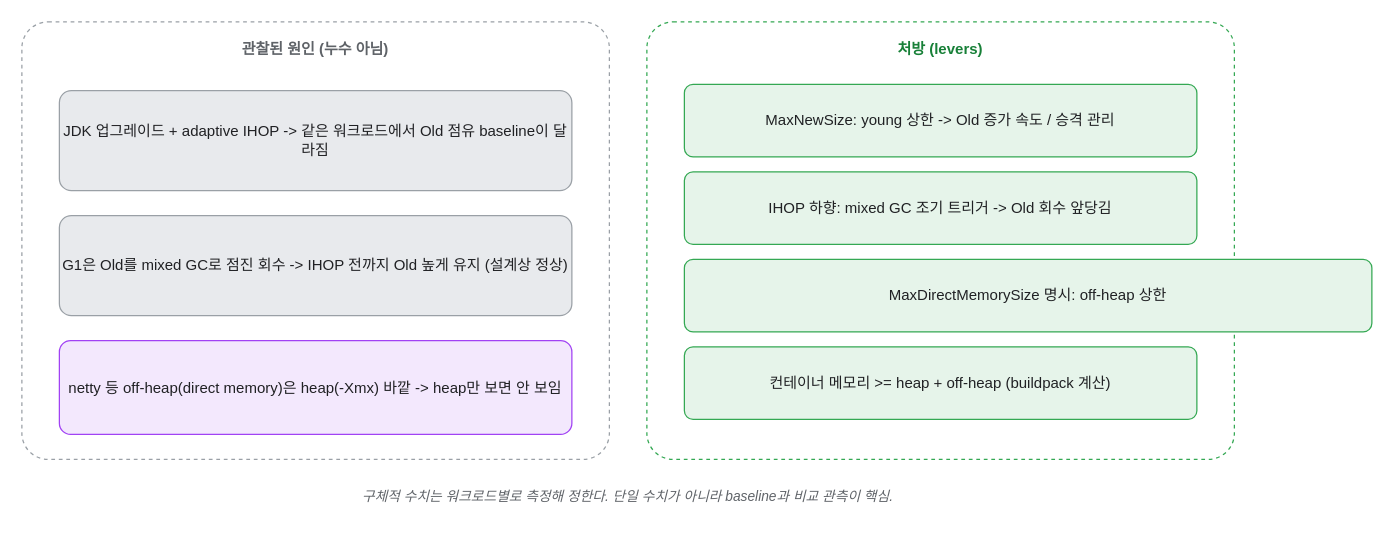
Above: assets/img/jvm/jvm-12-capstone-levers.drawio in KKamJi98/kkamji98.github.io (draw.io), before the change. Source tidied: cells renumbered, new cells numbered last; positions are measured from the earlier drawing's top-left corner, leaving out a move shared by most shapes. Both pictures are drawn from the tidied source at 125%, with x=0, y=0 at pixel (21, 21).
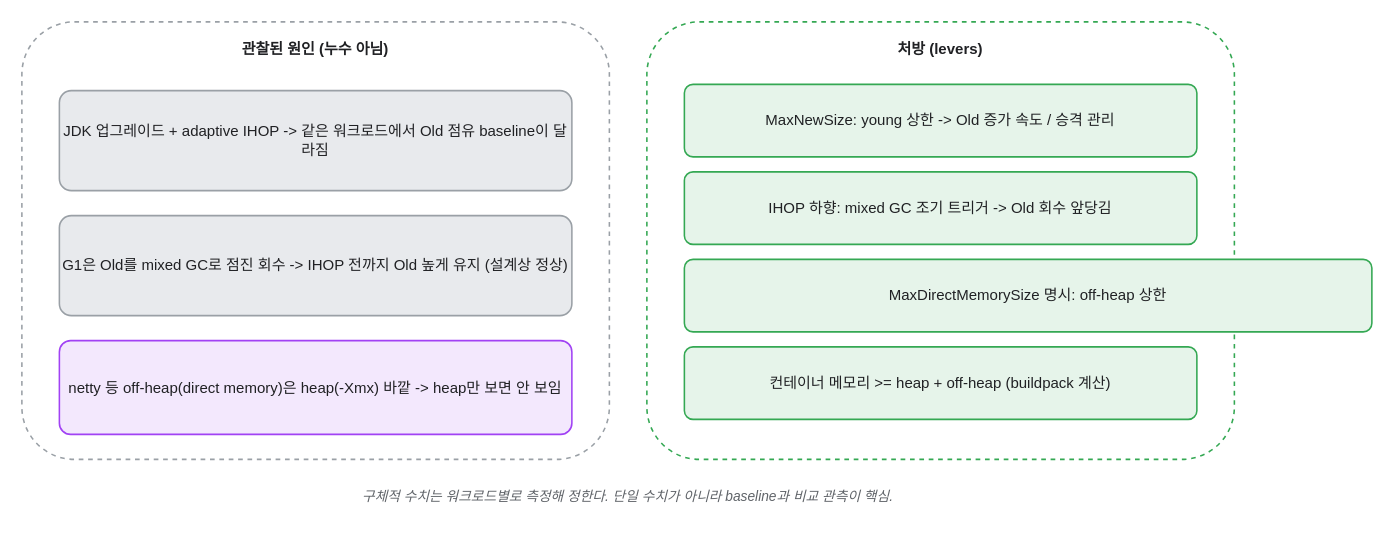
Above is the later version.

Diff of the diagram source:
```diff
@@
 <mxGraphModel background="#FFFFFF">
   <root>
     <mxCell id="0" />
     <mxCell id="1" parent="0" />
-    <mxCell id="2" value="관찰된 원인 (누수 아님)" style="rounded=1;whiteSpace=wrap;html=0;arcSize=6;shadow=0;fillColor=#FFFFFF;strokeColor=#9AA0A6;fontColor=#5F6368;fontStyle=1;verticalAlign=top;align=center;dashed=1;spacingTop=8;" parent="1" vertex="1">
+    <mxCell id="2" value="관찰된 원인 (누수 아님)" style="rounded=1;whiteSpace=wrap;html=0;arcSize=12;shadow=0;fillColor=#FFFFFF;strokeColor=#9AA0A6;fontColor=#202124;fontStyle=1;verticalAlign=top;align=center;dashed=1;spacingTop=8;strokeWidth=1.25;" parent="1" vertex="1">
       <mxGeometry width="470" height="350" as="geometry" />
     </mxCell>
-    <mxCell id="3" value="JDK 업그레이드 + adaptive IHOP -&gt; 같은 워크로드에서 Old 점유 baseline이 달라짐" style="rounded=1;whiteSpace=wrap;html=0;arcSize=12;shadow=0;fillColor=#E8EAED;strokeColor=#9AA0A6;fontColor=#202124;" parent="1" vertex="1">
+    <mxCell id="3" value="JDK 업그레이드 + adaptive IHOP -&gt; 같은 워크로드에서 Old 점유 baseline이 달라짐" style="rounded=1;whiteSpace=wrap;html=0;arcSize=12;shadow=0;fillColor=#E8EAED;strokeColor=#9AA0A6;fontColor=#202124;strokeWidth=1.25;" parent="1" vertex="1">
       <mxGeometry x="30" y="55" width="410" height="80" as="geometry" />
     </mxCell>
-    <mxCell id="4" value="G1은 Old를 mixed GC로 점진 회수 -&gt; IHOP 전까지 Old 높게 유지 (설계상 정상)" style="rounded=1;whiteSpace=wrap;html=0;arcSize=12;shadow=0;fillColor=#E8EAED;strokeColor=#9AA0A6;fontColor=#202124;" parent="1" vertex="1">
+    <mxCell id="4" value="G1은 Old를 mixed GC로 점진 회수 -&gt; IHOP 전까지 Old 높게 유지 (설계상 정상)" style="rounded=1;whiteSpace=wrap;html=0;arcSize=12;shadow=0;fillColor=#E8EAED;strokeColor=#9AA0A6;fontColor=#202124;strokeWidth=1.25;" parent="1" vertex="1">
       <mxGeometry x="30" y="155" width="410" height="80" as="geometry" />
     </mxCell>
-    <mxCell id="5" value="netty 등 off-heap(direct memory)은 heap(-Xmx) 바깥 -&gt; heap만 보면 안 보임" style="rounded=1;whiteSpace=wrap;html=0;arcSize=12;shadow=0;fillColor=#F3E8FD;strokeColor=#A142F4;fontColor=#202124;" parent="1" vertex="1">
+    <mxCell id="5" value="netty 등 off-heap(direct memory)은 heap(-Xmx) 바깥 -&gt; heap만 보면 안 보임" style="rounded=1;whiteSpace=wrap;html=0;arcSize=12;shadow=0;fillColor=#F3E8FD;strokeColor=#A142F4;fontColor=#202124;strokeWidth=1.25;" parent="1" vertex="1">
       <mxGeometry x="30" y="255" width="410" height="75" as="geometry" />
     </mxCell>
-    <mxCell id="6" value="처방 (levers)" style="rounded=1;whiteSpace=wrap;html=0;arcSize=6;shadow=0;fillColor=#FFFFFF;strokeColor=#34A853;fontColor=#188038;fontStyle=1;verticalAlign=top;align=center;dashed=1;spacingTop=8;" parent="1" vertex="1">
+    <mxCell id="6" value="처방 (levers)" style="rounded=1;whiteSpace=wrap;html=0;arcSize=12;shadow=0;fillColor=#FFFFFF;strokeColor=#34A853;fontColor=#202124;fontStyle=1;verticalAlign=top;align=center;dashed=1;spacingTop=8;strokeWidth=1.25;" parent="1" vertex="1">
       <mxGeometry x="500" width="470" height="350" as="geometry" />
     </mxCell>
-    <mxCell id="7" value="MaxNewSize: young 상한 -&gt; Old 증가 속도 / 승격 관리" style="rounded=1;whiteSpace=wrap;html=0;arcSize=12;shadow=0;fillColor=#E6F4EA;strokeColor=#34A853;fontColor=#202124;" parent="1" vertex="1">
+    <mxCell id="7" value="MaxNewSize: young 상한 -&gt; Old 증가 속도 / 승격 관리" style="rounded=1;whiteSpace=wrap;html=0;arcSize=12;shadow=0;fillColor=#E6F4EA;strokeColor=#34A853;fontColor=#202124;strokeWidth=1.25;" parent="1" vertex="1">
       <mxGeometry x="530" y="50" width="410" height="58" as="geometry" />
     </mxCell>
-    <mxCell id="8" value="IHOP 하향: mixed GC 조기 트리거 -&gt; Old 회수 앞당김" style="rounded=1;whiteSpace=wrap;html=0;arcSize=12;shadow=0;fillColor=#E6F4EA;strokeColor=#34A853;fontColor=#202124;" parent="1" vertex="1">
+    <mxCell id="8" value="IHOP 하향: mixed GC 조기 트리거 -&gt; Old 회수 앞당김" style="rounded=1;whiteSpace=wrap;html=0;arcSize=12;shadow=0;fillColor=#E6F4EA;strokeColor=#34A853;fontColor=#202124;strokeWidth=1.25;" parent="1" vertex="1">
       <mxGeometry x="530" y="120" width="410" height="58" as="geometry" />
     </mxCell>
-    <mxCell id="9" value="MaxDirectMemorySize 명시: off-heap 상한" style="rounded=1;whiteSpace=wrap;html=0;arcSize=12;shadow=0;fillColor=#E6F4EA;strokeColor=#34A853;fontColor=#202124;" parent="1" vertex="1">
+    <mxCell id="9" value="MaxDirectMemorySize 명시: off-heap 상한" style="rounded=1;whiteSpace=wrap;html=0;arcSize=12;shadow=0;fillColor=#E6F4EA;strokeColor=#34A853;fontColor=#202124;strokeWidth=1.25;" parent="1" vertex="1">
       <mxGeometry x="530" y="190" width="550" height="58" as="geometry" />
     </mxCell>
-    <mxCell id="10" value="컨테이너 메모리 &gt;= heap + off-heap (buildpack 계산)" style="rounded=1;whiteSpace=wrap;html=0;arcSize=12;shadow=0;fillColor=#E6F4EA;strokeColor=#34A853;fontColor=#202124;" parent="1" vertex="1">
+    <mxCell id="10" value="컨테이너 메모리 &gt;= heap + off-heap (buildpack 계산)" style="rounded=1;whiteSpace=wrap;html=0;arcSize=12;shadow=0;fillColor=#E6F4EA;strokeColor=#34A853;fontColor=#202124;strokeWidth=1.25;" parent="1" vertex="1">
       <mxGeometry x="530" y="260" width="410" height="58" as="geometry" />
     </mxCell>
     <mxCell id="11" value="구체적 수치는 워크로드별로 측정해 정한다. 단일 수치가 아니라 baseline과 비교 관측이 핵심." style="text;html=0;align=center;verticalAlign=middle;whiteSpace=wrap;fontSize=11;fontColor=#5F6368;fontStyle=2;" parent="1" vertex="1">
       <mxGeometry y="365" width="970" height="30" as="geometry" />
     </mxCell>
   </root>
 </mxGraphModel>
```
